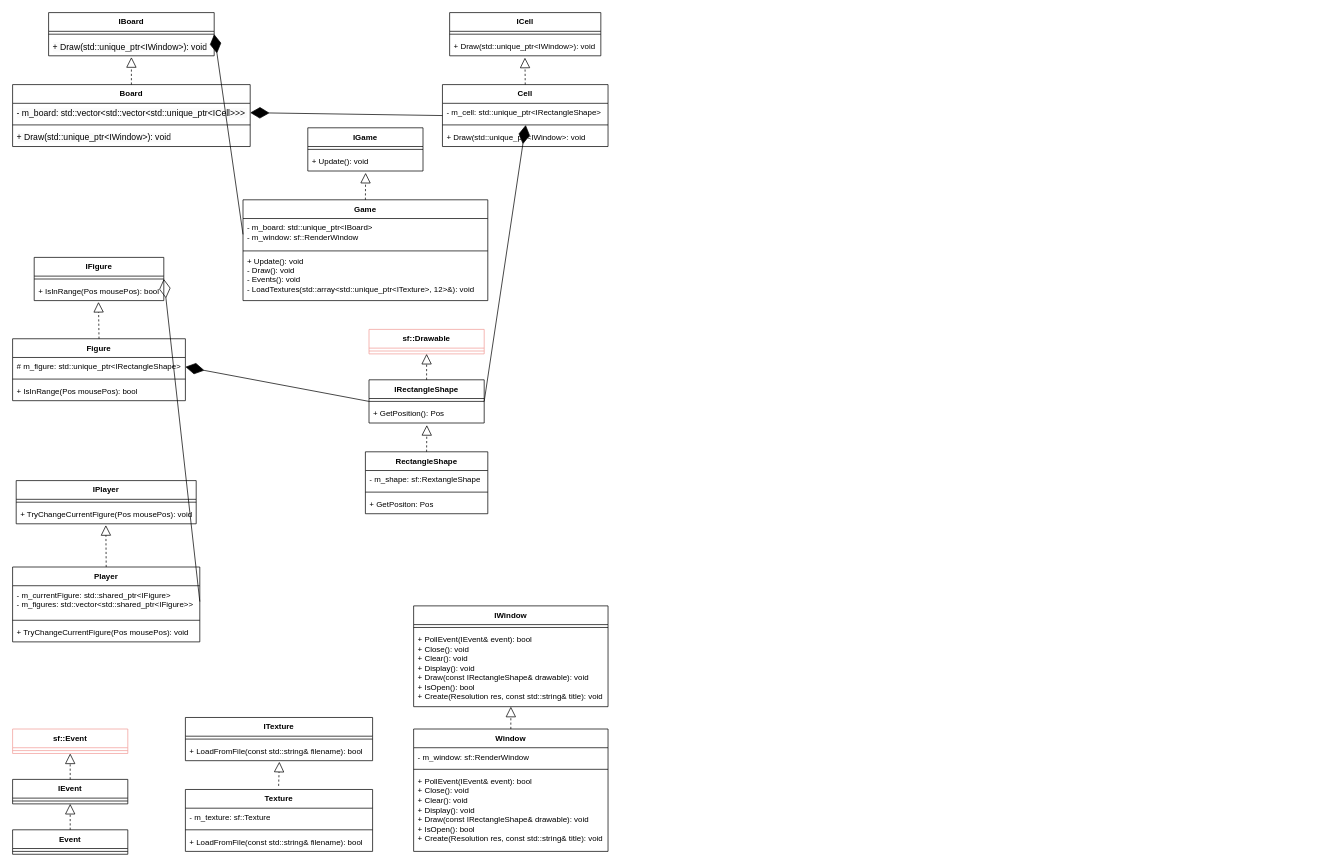
Earlier version of the draw.io diagram Chess/Diagram bez tytułu.drawio (franq200/Chess). Source tidied: cells renumbered, new cells numbered last; positions are measured from the earlier drawing's top-left corner, leaving out a move shared by most shapes. Both pictures are drawn from the tidied source at 72%, with x=0, y=0 at pixel (12, 12).
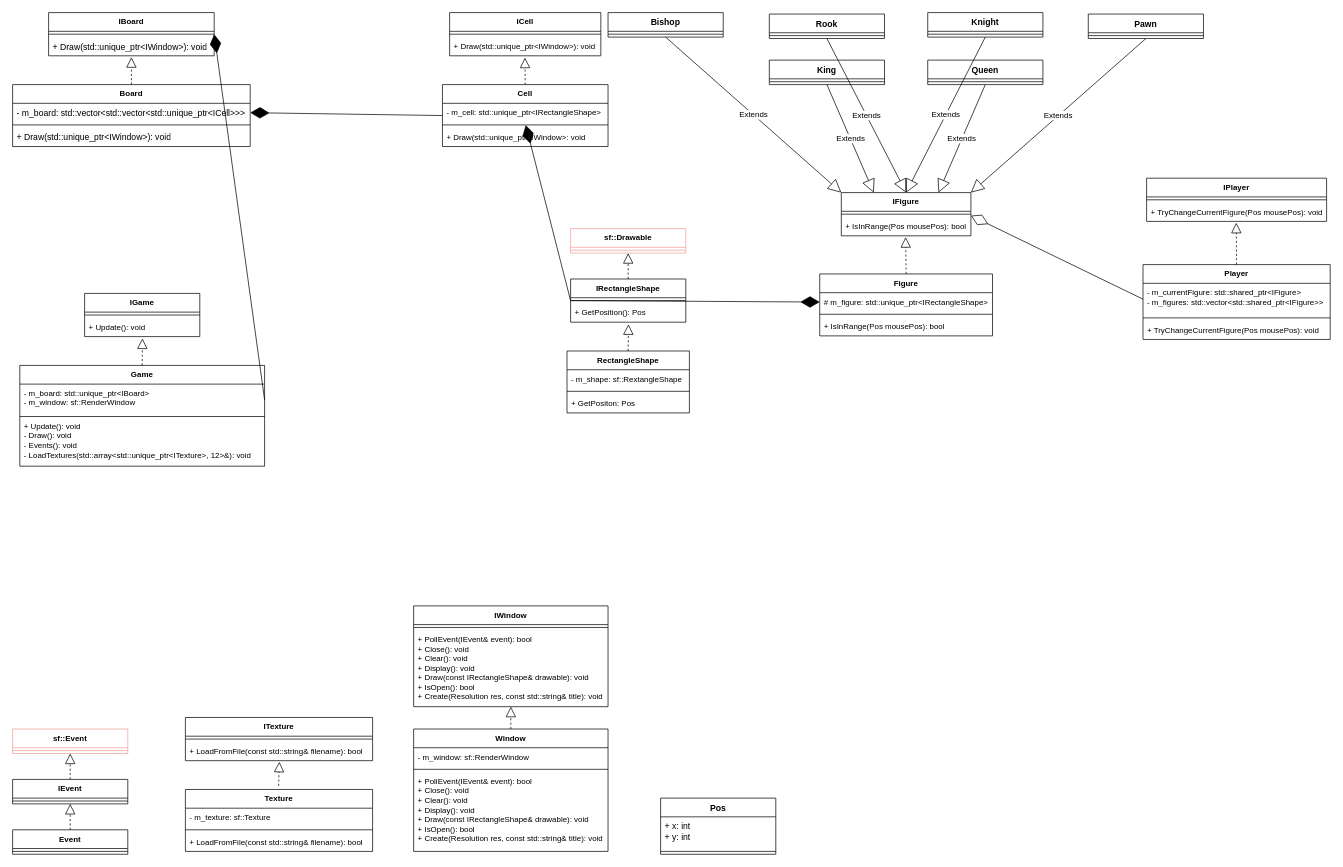
The same page after the edit.

Commit message:
diagram is up to date

Unchanged cells that the change refers to:
```xml
<mxCell id="8" value="+ IsInRange(Pos mousePos): bool" style="text;strokeColor=none;fillColor=none;align=left;verticalAlign=top;spacingLeft=4;spacingRight=4;overflow=hidden;points=[[0,0.5],[1,0.5]];portConstraint=eastwest;whiteSpace=wrap;html=1;fontFamily=Helvetica;fontSize=11;fontColor=default;labelBackgroundColor=default;" parent="6" vertex="1">
  <mxGeometry y="34" width="180" height="26" as="geometry" />
</mxCell>
<mxCell id="10" value="# m_figure: std::unique_ptr&amp;lt;IRectangleShape&amp;gt;" style="text;strokeColor=none;fillColor=none;align=left;verticalAlign=top;spacingLeft=4;spacingRight=4;overflow=hidden;points=[[0,0.5],[1,0.5]];portConstraint=eastwest;whiteSpace=wrap;html=1;fontFamily=Helvetica;fontSize=11;fontColor=default;labelBackgroundColor=default;" parent="9" vertex="1">
  <mxGeometry y="26" width="240" height="26" as="geometry" />
</mxCell>
<mxCell id="17" value="- m_board: std::unique_ptr&amp;lt;IBoard&amp;gt;&lt;div&gt;- m_window: sf::RenderWindow&lt;br&gt;&lt;/div&gt;" style="text;strokeColor=none;fillColor=none;align=left;verticalAlign=top;spacingLeft=4;spacingRight=4;overflow=hidden;points=[[0,0.5],[1,0.5]];portConstraint=eastwest;whiteSpace=wrap;html=1;fontFamily=Helvetica;fontSize=11;fontColor=default;labelBackgroundColor=default;" parent="16" vertex="1">
  <mxGeometry y="26" width="340" height="44" as="geometry" />
</mxCell>
<mxCell id="24" value="- m_currentFigure: std::shared_ptr&amp;lt;IFigure&amp;gt;&lt;div&gt;- m_figures: std::vector&amp;lt;std::shared_ptr&amp;lt;IFigure&amp;gt;&amp;gt;&lt;/div&gt;" style="text;strokeColor=none;fillColor=none;align=left;verticalAlign=top;spacingLeft=4;spacingRight=4;overflow=hidden;points=[[0,0.5],[1,0.5]];portConstraint=eastwest;whiteSpace=wrap;html=1;fontFamily=Helvetica;fontSize=11;fontColor=default;labelBackgroundColor=default;" parent="23" vertex="1">
  <mxGeometry y="26" width="260" height="44" as="geometry" />
</mxCell>
<mxCell id="65" value="&lt;span style=&quot;text-align: center; text-wrap: nowrap;&quot;&gt;- m_cell: std::unique_ptr&amp;lt;IRectangleShape&amp;gt;&lt;/span&gt;" style="text;strokeColor=none;fillColor=none;align=left;verticalAlign=top;spacingLeft=4;spacingRight=4;overflow=hidden;points=[[0,0.5],[1,0.5]];portConstraint=eastwest;whiteSpace=wrap;html=1;fontFamily=Helvetica;fontSize=11;fontColor=default;labelBackgroundColor=default;" parent="64" vertex="1">
  <mxGeometry y="26" width="230" height="26" as="geometry" />
</mxCell>
<mxCell id="69" value="IBoard" style="swimlane;fontStyle=1;align=center;verticalAlign=top;horizontal=1;startSize=26;whiteSpace=wrap;html=1;fontFamily=Helvetica;fontSize=11;fontColor=default;labelBackgroundColor=default;" parent="1" vertex="1">
  <mxGeometry x="50" width="230" height="60" as="geometry" />
</mxCell>
```

Change to the diagram source:
```diff
@@
     <mxCell id="6" value="IFigure" style="swimlane;fontStyle=1;align=center;verticalAlign=top;horizontal=1;startSize=26;whiteSpace=wrap;html=1;fontFamily=Helvetica;fontSize=11;fontColor=default;labelBackgroundColor=default;" parent="1" vertex="1">
-      <mxGeometry x="30" y="340" width="180" height="60" as="geometry" />
+      <mxGeometry x="1151" y="250" width="180" height="60" as="geometry" />
     </mxCell>
@@
     <mxCell id="9" value="Figure" style="swimlane;fontStyle=1;align=center;verticalAlign=top;horizontal=1;startSize=26;whiteSpace=wrap;html=1;fontFamily=Helvetica;fontSize=11;fontColor=default;labelBackgroundColor=default;" parent="1" vertex="1">
-      <mxGeometry y="453" width="240" height="86" as="geometry" />
+      <mxGeometry x="1121" y="363" width="240" height="86" as="geometry" />
     </mxCell>
@@
     <mxCell id="13" value="IGame" style="swimlane;fontStyle=1;align=center;verticalAlign=top;horizontal=1;startSize=26;whiteSpace=wrap;html=1;fontFamily=Helvetica;fontSize=11;fontColor=default;labelBackgroundColor=default;" parent="1" vertex="1">
-      <mxGeometry x="410" y="160" width="160" height="60" as="geometry" />
+      <mxGeometry x="100" y="390" width="160" height="60" as="geometry" />
     </mxCell>
@@
     <mxCell id="16" value="Game" style="swimlane;fontStyle=1;align=center;verticalAlign=top;horizontal=1;startSize=26;whiteSpace=wrap;html=1;fontFamily=Helvetica;fontSize=11;fontColor=default;labelBackgroundColor=default;" parent="1" vertex="1">
-      <mxGeometry x="320" y="260" width="340" height="140" as="geometry" />
+      <mxGeometry x="10" y="490" width="340" height="140" as="geometry" />
     </mxCell>
@@
     <mxCell id="20" value="IPlayer" style="swimlane;fontStyle=1;align=center;verticalAlign=top;horizontal=1;startSize=26;whiteSpace=wrap;html=1;fontFamily=Helvetica;fontSize=11;fontColor=default;labelBackgroundColor=default;" parent="1" vertex="1">
-      <mxGeometry x="5" y="650" width="250" height="60" as="geometry" />
+      <mxGeometry x="1575" y="230" width="250" height="60" as="geometry" />
     </mxCell>
@@
     <mxCell id="23" value="Player" style="swimlane;fontStyle=1;align=center;verticalAlign=top;horizontal=1;startSize=26;whiteSpace=wrap;html=1;fontFamily=Helvetica;fontSize=11;fontColor=default;labelBackgroundColor=default;" parent="1" vertex="1">
-      <mxGeometry y="770" width="260" height="104" as="geometry" />
+      <mxGeometry x="1570" y="350" width="260" height="104" as="geometry" />
     </mxCell>
@@
     <mxCell id="27" value="IRectangleShape" style="swimlane;fontStyle=1;align=center;verticalAlign=top;horizontal=1;startSize=26;whiteSpace=wrap;html=1;fontFamily=Helvetica;fontSize=11;fontColor=default;labelBackgroundColor=default;" parent="1" vertex="1">
-      <mxGeometry x="495" y="510" width="160" height="60" as="geometry" />
+      <mxGeometry x="775" y="370" width="160" height="60" as="geometry" />
     </mxCell>
@@
     <mxCell id="30" value="RectangleShape" style="swimlane;fontStyle=1;align=center;verticalAlign=top;horizontal=1;startSize=26;whiteSpace=wrap;html=1;fontFamily=Helvetica;fontSize=11;fontColor=default;labelBackgroundColor=default;" parent="1" vertex="1">
-      <mxGeometry x="490" y="610" width="170" height="86" as="geometry" />
+      <mxGeometry x="770" y="470" width="170" height="86" as="geometry" />
     </mxCell>
@@
     <mxCell id="58" value="sf::Drawable" style="swimlane;fontStyle=1;align=center;verticalAlign=top;horizontal=1;startSize=26;whiteSpace=wrap;html=1;fontFamily=Helvetica;fontSize=11;fontColor=default;labelBackgroundColor=default;strokeColor=#F19C99;" parent="1" vertex="1">
-      <mxGeometry x="495" y="440" width="160" height="34" as="geometry" />
+      <mxGeometry x="775" y="300" width="160" height="34" as="geometry" />
     </mxCell>
@@
-    <mxCell id="77" style="endArrow=diamondThin;endFill=1;endSize=24;html=1;rounded=0;strokeColor=default;align=center;verticalAlign=middle;fontFamily=Helvetica;fontSize=11;fontColor=default;labelBackgroundColor=default;entryX=0.503;entryY=1.159;entryDx=0;entryDy=0;exitX=1;exitY=0.5;exitDx=0;exitDy=0;entryPerimeter=0;" parent="1" edge="1" source="27" target="65">
+    <mxCell id="77" style="endArrow=diamondThin;endFill=1;endSize=24;html=1;rounded=0;strokeColor=default;align=center;verticalAlign=middle;fontFamily=Helvetica;fontSize=11;fontColor=default;labelBackgroundColor=default;entryX=0.503;entryY=1.159;entryDx=0;entryDy=0;exitX=0;exitY=0.5;exitDx=0;exitDy=0;entryPerimeter=0;" parent="1" edge="1" source="27" target="65">
       <mxGeometry relative="1" as="geometry" />
     </mxCell>
@@
-    <mxCell id="79" style="endArrow=diamondThin;endFill=1;endSize=24;html=1;rounded=0;strokeColor=default;align=center;verticalAlign=middle;fontFamily=Helvetica;fontSize=11;fontColor=default;labelBackgroundColor=default;entryX=1;entryY=0.5;entryDx=0;entryDy=0;exitX=0;exitY=0.5;exitDx=0;exitDy=0;" parent="1" edge="1" source="27" target="10">
+    <mxCell id="79" style="endArrow=diamondThin;endFill=1;endSize=24;html=1;rounded=0;strokeColor=default;align=center;verticalAlign=middle;fontFamily=Helvetica;fontSize=11;fontColor=default;labelBackgroundColor=default;entryX=0;entryY=0.5;entryDx=0;entryDy=0;exitX=0;exitY=0.5;exitDx=0;exitDy=0;" parent="1" edge="1" source="27" target="10">
       <mxGeometry relative="1" as="geometry" />
     </mxCell>
-    <mxCell id="80" style="endArrow=diamondThin;endFill=0;endSize=24;html=1;rounded=0;strokeColor=default;align=center;verticalAlign=middle;fontFamily=Helvetica;fontSize=11;fontColor=default;labelBackgroundColor=default;entryX=1;entryY=0.5;entryDx=0;entryDy=0;exitX=1;exitY=0.5;exitDx=0;exitDy=0;" parent="1" edge="1" source="24" target="6">
+    <mxCell id="80" style="endArrow=diamondThin;endFill=0;endSize=24;html=1;rounded=0;strokeColor=default;align=center;verticalAlign=middle;fontFamily=Helvetica;fontSize=11;fontColor=default;labelBackgroundColor=default;entryX=1;entryY=-0.077;entryDx=0;entryDy=0;exitX=0;exitY=0.5;exitDx=0;exitDy=0;entryPerimeter=0;" parent="1" edge="1" source="24" target="8">
       <mxGeometry relative="1" as="geometry" />
     </mxCell>
-    <mxCell id="81" style="endArrow=diamondThin;endFill=1;endSize=24;html=1;rounded=0;strokeColor=default;align=center;verticalAlign=middle;fontFamily=Helvetica;fontSize=11;fontColor=default;labelBackgroundColor=default;entryX=1;entryY=0.5;entryDx=0;entryDy=0;exitX=0;exitY=0.5;exitDx=0;exitDy=0;" parent="1" edge="1" source="17" target="69">
+    <mxCell id="81" style="endArrow=diamondThin;endFill=1;endSize=24;html=1;rounded=0;strokeColor=default;align=center;verticalAlign=middle;fontFamily=Helvetica;fontSize=11;fontColor=default;labelBackgroundColor=default;entryX=1;entryY=0.5;entryDx=0;entryDy=0;exitX=1;exitY=0.5;exitDx=0;exitDy=0;" parent="1" edge="1" source="17" target="69">
       <mxGeometry relative="1" as="geometry" />
     </mxCell>
+    <mxCell id="82" value="Bishop" style="swimlane;fontStyle=1;align=center;verticalAlign=top;horizontal=1;startSize=26;whiteSpace=wrap;html=1;" parent="1" vertex="1">
+      <mxGeometry x="827" width="160" height="34" as="geometry" />
+    </mxCell>
+    <mxCell id="83" style="line;strokeWidth=1;fillColor=none;align=left;verticalAlign=middle;spacingTop=-1;spacingLeft=3;spacingRight=3;labelPosition=right;strokeColor=inherit;" parent="82" vertex="1">
+      <mxGeometry y="26" width="160" height="8" as="geometry" />
+    </mxCell>
+    <mxCell id="84" value="Rook" style="swimlane;fontStyle=1;align=center;verticalAlign=top;horizontal=1;startSize=26;whiteSpace=wrap;html=1;" parent="1" vertex="1">
+      <mxGeometry x="1051" y="2" width="160" height="34" as="geometry" />
+    </mxCell>
+    <mxCell id="85" style="line;strokeWidth=1;fillColor=none;align=left;verticalAlign=middle;spacingTop=-1;spacingLeft=3;spacingRight=3;labelPosition=right;strokeColor=inherit;" parent="84" vertex="1">
+      <mxGeometry y="26" width="160" height="8" as="geometry" />
+    </mxCell>
+    <mxCell id="86" value="Queen" style="swimlane;fontStyle=1;align=center;verticalAlign=top;horizontal=1;startSize=26;whiteSpace=wrap;html=1;" parent="1" vertex="1">
+      <mxGeometry x="1271" y="66" width="160" height="34" as="geometry" />
+    </mxCell>
+    <mxCell id="87" style="line;strokeWidth=1;fillColor=none;align=left;verticalAlign=middle;spacingTop=-1;spacingLeft=3;spacingRight=3;labelPosition=right;strokeColor=inherit;" parent="86" vertex="1">
+      <mxGeometry y="26" width="160" height="8" as="geometry" />
+    </mxCell>
+    <mxCell id="88" value="Pawn" style="swimlane;fontStyle=1;align=center;verticalAlign=top;horizontal=1;startSize=26;whiteSpace=wrap;html=1;" parent="1" vertex="1">
+      <mxGeometry x="1494" y="2" width="160" height="34" as="geometry" />
+    </mxCell>
+    <mxCell id="89" style="line;strokeWidth=1;fillColor=none;align=left;verticalAlign=middle;spacingTop=-1;spacingLeft=3;spacingRight=3;labelPosition=right;strokeColor=inherit;" parent="88" vertex="1">
+      <mxGeometry y="26" width="160" height="8" as="geometry" />
+    </mxCell>
+    <mxCell id="90" value="Knight" style="swimlane;fontStyle=1;align=center;verticalAlign=top;horizontal=1;startSize=26;whiteSpace=wrap;html=1;" parent="1" vertex="1">
+      <mxGeometry x="1271" width="160" height="34" as="geometry" />
+    </mxCell>
+    <mxCell id="91" style="line;strokeWidth=1;fillColor=none;align=left;verticalAlign=middle;spacingTop=-1;spacingLeft=3;spacingRight=3;labelPosition=right;strokeColor=inherit;" parent="90" vertex="1">
+      <mxGeometry y="26" width="160" height="8" as="geometry" />
+    </mxCell>
+    <mxCell id="92" value="King" style="swimlane;fontStyle=1;align=center;verticalAlign=top;horizontal=1;startSize=26;whiteSpace=wrap;html=1;" parent="1" vertex="1">
+      <mxGeometry x="1051" y="66" width="160" height="34" as="geometry" />
+    </mxCell>
+    <mxCell id="93" style="line;strokeWidth=1;fillColor=none;align=left;verticalAlign=middle;spacingTop=-1;spacingLeft=3;spacingRight=3;labelPosition=right;points=[];portConstraint=eastwest;strokeColor=inherit;" parent="92" vertex="1">
+      <mxGeometry y="26" width="160" height="8" as="geometry" />
+    </mxCell>
+    <mxCell id="94" value="Extends" style="endArrow=block;endSize=16;endFill=0;html=1;rounded=0;exitX=0.5;exitY=1;exitDx=0;exitDy=0;entryX=0;entryY=0;entryDx=0;entryDy=0;" parent="1" edge="1" source="82" target="6">
+      <mxGeometry relative="1" as="geometry" />
+    </mxCell>
+    <mxCell id="95" value="Extends" style="endArrow=block;endSize=16;endFill=0;html=1;rounded=0;exitX=0.5;exitY=1;exitDx=0;exitDy=0;entryX=0.5;entryY=0;entryDx=0;entryDy=0;" parent="1" edge="1" source="84" target="6">
+      <mxGeometry relative="1" as="geometry" />
+    </mxCell>
+    <mxCell id="96" value="Extends" style="endArrow=block;endSize=16;endFill=0;html=1;rounded=0;exitX=0.5;exitY=1;exitDx=0;exitDy=0;exitPerimeter=0;entryX=0.25;entryY=0;entryDx=0;entryDy=0;" parent="1" edge="1" source="93" target="6">
+      <mxGeometry relative="1" as="geometry" />
+    </mxCell>
+    <mxCell id="97" value="Extends" style="endArrow=block;endSize=16;endFill=0;html=1;rounded=0;exitX=0.5;exitY=1;exitDx=0;exitDy=0;entryX=0.5;entryY=0;entryDx=0;entryDy=0;" parent="1" edge="1" source="90" target="6">
+      <mxGeometry relative="1" as="geometry" />
+    </mxCell>
+    <mxCell id="98" value="Extends" style="endArrow=block;endSize=16;endFill=0;html=1;rounded=0;exitX=0.5;exitY=1;exitDx=0;exitDy=0;entryX=0.75;entryY=0;entryDx=0;entryDy=0;" parent="1" edge="1" source="86" target="6">
+      <mxGeometry relative="1" as="geometry" />
+    </mxCell>
+    <mxCell id="99" value="Extends" style="endArrow=block;endSize=16;endFill=0;html=1;rounded=0;exitX=0.5;exitY=1;exitDx=0;exitDy=0;entryX=1;entryY=0;entryDx=0;entryDy=0;" parent="1" edge="1" source="88" target="6">
+      <mxGeometry relative="1" as="geometry" />
+    </mxCell>
+    <mxCell id="100" value="Pos" style="swimlane;fontStyle=1;align=center;verticalAlign=top;horizontal=1;startSize=26;whiteSpace=wrap;html=1;" parent="1" vertex="1">
+      <mxGeometry x="900" y="1091" width="160" height="78" as="geometry" />
+    </mxCell>
+    <mxCell id="101" value="+ x: int&lt;div&gt;+ y: int&lt;/div&gt;" style="text;strokeColor=none;fillColor=none;align=left;verticalAlign=top;spacingLeft=4;spacingRight=4;overflow=hidden;whiteSpace=wrap;html=1;" parent="100" vertex="1">
+      <mxGeometry y="26" width="160" height="44" as="geometry" />
+    </mxCell>
+    <mxCell id="102" style="line;strokeWidth=1;fillColor=none;align=left;verticalAlign=middle;spacingTop=-1;spacingLeft=3;spacingRight=3;labelPosition=right;strokeColor=inherit;" parent="100" vertex="1">
+      <mxGeometry y="70" width="160" height="8" as="geometry" />
+    </mxCell>
```
